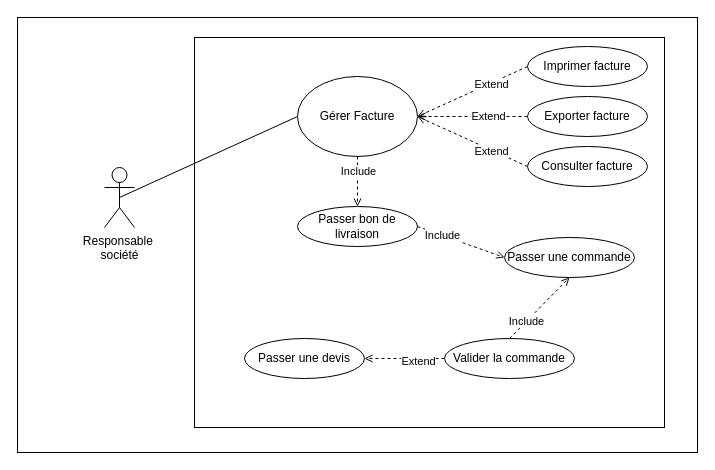
Before: facspe.drawio in labidimahdi/diagrams, a draw.io diagram. Source tidied: cells renumbered, new cells numbered last; positions are measured from the earlier drawing's top-left corner, leaving out a move shared by most shapes. Both pictures are drawn from the tidied source at 100%, with x=0, y=0 at pixel (17, 17).
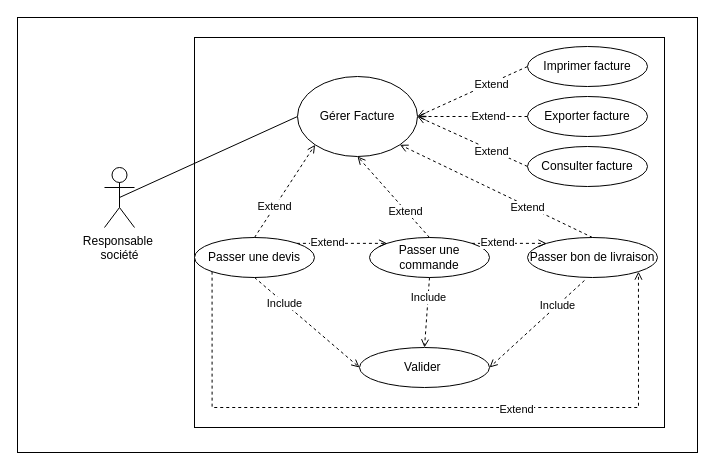
The same page after the edit.

Commit message (it also covers changes not shown here):
Mettre à jour facspe.drawio

Unchanged cells that the change refers to:
```xml
<mxCell id="6" value="Gérer Facture" style="ellipse;whiteSpace=wrap;html=1;" parent="1" vertex="1">
  <mxGeometry x="280" y="59" width="120" height="80" as="geometry" />
</mxCell>
```

Change to the diagram source:
```diff
@@
-    <mxCell id="16" style="rounded=0;jettySize=auto;html=1;exitX=0.5;exitY=1;exitDx=0;exitDy=0;entryX=0.5;entryY=0;entryDx=0;entryDy=0;dashed=1;endArrow=open;endFill=0;" parent="1" edge="1" source="6" target="18">
-      <mxGeometry relative="1" as="geometry" />
-    </mxCell>
-    <mxCell id="17" value="Include" style="edgeLabel;html=1;align=center;verticalAlign=middle;" parent="16" vertex="1">
-      <mxGeometry x="-0.43" relative="1" as="geometry" />
-    </mxCell>
-    <mxCell id="18" value="Passer bon de livraison" style="ellipse;whiteSpace=wrap;html=1;" parent="1" vertex="1">
-      <mxGeometry x="280" y="189" width="120" height="40" as="geometry" />
+    <mxCell id="18" value="Passer une commande" style="ellipse;whiteSpace=wrap;html=1;" parent="1" vertex="1">
+      <mxGeometry x="352" y="220" width="120" height="40" as="geometry" />
     </mxCell>
-    <mxCell id="19" style="rounded=0;jettySize=auto;html=1;exitX=1;exitY=0.5;exitDx=0;exitDy=0;entryX=0;entryY=0.5;entryDx=0;entryDy=0;dashed=1;endArrow=open;endFill=0;" parent="1" edge="1" source="18" target="21">
+    <mxCell id="19" style="rounded=0;jettySize=auto;html=1;exitX=0.438;exitY=1.075;exitDx=0;exitDy=0;dashed=1;endArrow=open;endFill=0;exitPerimeter=0;entryX=1;entryY=0.5;entryDx=0;entryDy=0;" parent="1" edge="1" source="21" target="26">
       <mxGeometry relative="1" as="geometry" />
     </mxCell>
@@
-    <mxCell id="21" value="Passer une commande" style="ellipse;whiteSpace=wrap;html=1;" parent="1" vertex="1">
-      <mxGeometry x="487" y="220" width="130" height="40" as="geometry" />
+    <mxCell id="21" value="Passer bon de livraison" style="ellipse;whiteSpace=wrap;html=1;" parent="1" vertex="1">
+      <mxGeometry x="510" y="220" width="130" height="40" as="geometry" />
     </mxCell>
-    <mxCell id="22" style="rounded=0;jettySize=auto;html=1;exitX=0.5;exitY=0;exitDx=0;exitDy=0;entryX=0.5;entryY=1;entryDx=0;entryDy=0;dashed=1;endArrow=open;endFill=0;" parent="1" edge="1" source="26" target="21">
+    <mxCell id="22" style="rounded=0;jettySize=auto;html=1;exitX=0.5;exitY=1;exitDx=0;exitDy=0;entryX=0.5;entryY=0;entryDx=0;entryDy=0;dashed=1;endArrow=open;endFill=0;" parent="1" edge="1" source="18" target="26">
       <mxGeometry relative="1" as="geometry" />
     </mxCell>
@@
-    <mxCell id="24" style="rounded=0;jettySize=auto;html=1;exitX=0;exitY=0.5;exitDx=0;exitDy=0;entryX=1;entryY=0.5;entryDx=0;entryDy=0;endArrow=open;endFill=0;dashed=1;" parent="1" edge="1" source="26" target="27">
-      <mxGeometry relative="1" as="geometry" />
-    </mxCell>
-    <mxCell id="25" value="Extend" style="edgeLabel;html=1;align=center;verticalAlign=middle;" parent="24" vertex="1">
-      <mxGeometry x="-0.33" y="2" relative="1" as="geometry" />
-    </mxCell>
-    <mxCell id="26" value="Valider la commande" style="ellipse;whiteSpace=wrap;html=1;" parent="1" vertex="1">
-      <mxGeometry x="427" y="321" width="130" height="40" as="geometry" />
+    <mxCell id="26" value="Valider&amp;nbsp;" style="ellipse;whiteSpace=wrap;html=1;" parent="1" vertex="1">
+      <mxGeometry x="342" y="330" width="130" height="40" as="geometry" />
     </mxCell>
+    <mxCell id="28" style="edgeStyle=orthogonalEdgeStyle;rounded=0;jettySize=auto;html=1;exitX=0;exitY=1;exitDx=0;exitDy=0;entryX=1;entryY=1;entryDx=0;entryDy=0;dashed=1;endArrow=open;endFill=0;" parent="1" edge="1" source="27" target="21">
+      <mxGeometry relative="1" as="geometry">
+        <Array as="points">
+          <mxPoint x="195" y="390" />
+          <mxPoint x="621" y="390" />
+        </Array>
+      </mxGeometry>
+    </mxCell>
+    <mxCell id="29" value="Extend" style="edgeLabel;html=1;align=center;verticalAlign=middle;" parent="28" vertex="1">
+      <mxGeometry x="0.26" y="-1" relative="1" as="geometry" />
+    </mxCell>
     <mxCell id="27" value="Passer une devis" style="ellipse;whiteSpace=wrap;html=1;" parent="1" vertex="1">
-      <mxGeometry x="227" y="321" width="120" height="40" as="geometry" />
+      <mxGeometry x="177" y="220" width="120" height="40" as="geometry" />
     </mxCell>
+    <mxCell id="30" style="rounded=0;jettySize=auto;html=1;exitX=0.5;exitY=0;exitDx=0;exitDy=0;entryX=0.5;entryY=1;entryDx=0;entryDy=0;dashed=1;endArrow=open;endFill=0;" parent="1" edge="1" source="18" target="6">
+      <mxGeometry relative="1" as="geometry" />
+    </mxCell>
+    <mxCell id="31" value="Extend" style="edgeLabel;html=1;align=center;verticalAlign=middle;" parent="30" vertex="1">
+      <mxGeometry x="-0.33" y="1" relative="1" as="geometry" />
+    </mxCell>
+    <mxCell id="32" style="rounded=0;jettySize=auto;html=1;exitX=0.5;exitY=0;exitDx=0;exitDy=0;entryX=1;entryY=1;entryDx=0;entryDy=0;dashed=1;endArrow=open;endFill=0;" parent="1" edge="1" source="21" target="6">
+      <mxGeometry relative="1" as="geometry" />
+    </mxCell>
+    <mxCell id="33" value="Extend" style="edgeLabel;html=1;align=center;verticalAlign=middle;" parent="32" vertex="1">
+      <mxGeometry x="-0.33" y="1" relative="1" as="geometry" />
+    </mxCell>
+    <mxCell id="34" style="rounded=0;jettySize=auto;html=1;exitX=0.5;exitY=0;exitDx=0;exitDy=0;entryX=0;entryY=1;entryDx=0;entryDy=0;dashed=1;endArrow=open;endFill=0;" parent="1" edge="1" source="27" target="6">
+      <mxGeometry relative="1" as="geometry" />
+    </mxCell>
+    <mxCell id="35" value="Extend" style="edgeLabel;html=1;align=center;verticalAlign=middle;" parent="34" vertex="1">
+      <mxGeometry x="-0.33" y="1" relative="1" as="geometry" />
+    </mxCell>
+    <mxCell id="36" style="rounded=0;jettySize=auto;html=1;exitX=0.5;exitY=1;exitDx=0;exitDy=0;entryX=0;entryY=0.5;entryDx=0;entryDy=0;dashed=1;endArrow=open;endFill=0;" parent="1" edge="1" source="27" target="26">
+      <mxGeometry relative="1" as="geometry" />
+    </mxCell>
+    <mxCell id="17" value="Include" style="edgeLabel;html=1;align=center;verticalAlign=middle;" parent="36" vertex="1">
+      <mxGeometry x="-0.43" relative="1" as="geometry" />
+    </mxCell>
+    <mxCell id="37" style="rounded=0;jettySize=auto;html=1;exitX=1;exitY=0;exitDx=0;exitDy=0;dashed=1;endArrow=open;endFill=0;entryX=0;entryY=0;entryDx=0;entryDy=0;" parent="1" edge="1" source="27" target="18">
+      <mxGeometry relative="1" as="geometry" />
+    </mxCell>
+    <mxCell id="38" value="Extend" style="edgeLabel;html=1;align=center;verticalAlign=middle;" parent="37" vertex="1">
+      <mxGeometry x="-0.33" y="1" relative="1" as="geometry" />
+    </mxCell>
+    <mxCell id="39" style="rounded=0;jettySize=auto;html=1;exitX=1;exitY=0;exitDx=0;exitDy=0;entryX=0;entryY=0;entryDx=0;entryDy=0;dashed=1;endArrow=open;endFill=0;" parent="1" edge="1" source="18" target="21">
+      <mxGeometry relative="1" as="geometry" />
+    </mxCell>
+    <mxCell id="40" value="Extend" style="edgeLabel;html=1;align=center;verticalAlign=middle;" parent="39" vertex="1">
+      <mxGeometry x="-0.33" y="1" relative="1" as="geometry" />
+    </mxCell>
```
